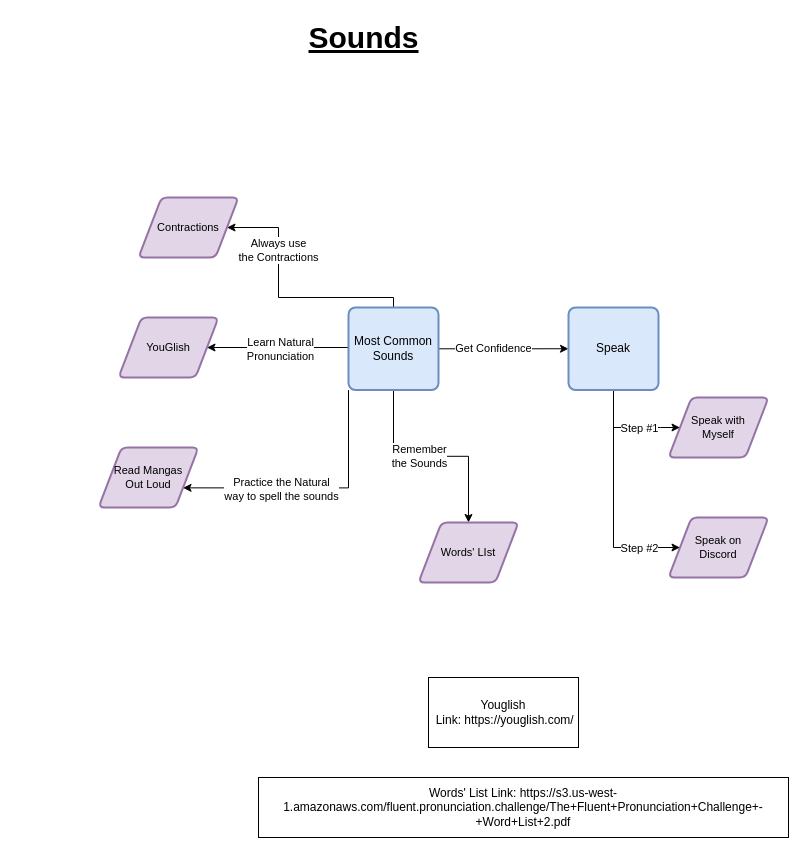
CSFelix/English-Studies keeps this draw.io diagram as Untitled Diagram.drawio. Above is the earlier version. Source tidied: cells renumbered, new cells numbered last; positions are measured from the earlier drawing's top-left corner, leaving out a move shared by most shapes. Both pictures are drawn from the tidied source at 100%, with x=0, y=0 at pixel (98, 17).
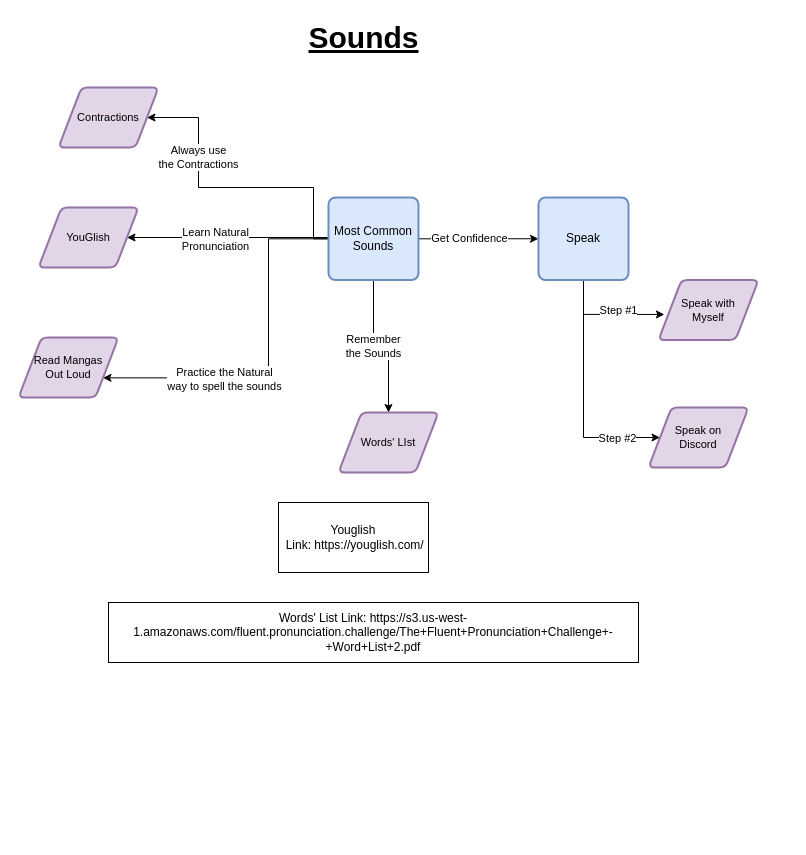
The same diagram, later.

Diff of the diagram source:
```diff
@@
     <mxCell id="3" style="edgeStyle=orthogonalEdgeStyle;rounded=0;jettySize=auto;html=1;entryX=1;entryY=0.5;entryDx=0;entryDy=0;" parent="1" edge="1" source="13" target="14">
       <mxGeometry relative="1" as="geometry">
         <Array as="points">
-          <mxPoint x="200" y="330" />
-          <mxPoint x="200" y="330" />
+          <mxPoint x="120" y="220" />
+          <mxPoint x="120" y="220" />
         </Array>
       </mxGeometry>
     </mxCell>
@@
     <mxCell id="5" style="edgeStyle=orthogonalEdgeStyle;rounded=0;jettySize=auto;html=1;entryX=1;entryY=0.75;entryDx=0;entryDy=0;" parent="1" edge="1" source="13" target="17">
       <mxGeometry relative="1" as="geometry">
         <Array as="points">
-          <mxPoint x="250" y="470" />
+          <mxPoint x="170" y="360" />
         </Array>
       </mxGeometry>
     </mxCell>
@@
     <mxCell id="7" style="edgeStyle=orthogonalEdgeStyle;rounded=0;jettySize=auto;html=1;entryX=1;entryY=0.5;entryDx=0;entryDy=0;" parent="1" edge="1" source="13" target="16">
       <mxGeometry relative="1" as="geometry">
         <Array as="points">
-          <mxPoint x="295" y="280" />
-          <mxPoint x="180" y="280" />
-          <mxPoint x="180" y="210" />
+          <mxPoint x="215" y="170" />
+          <mxPoint x="100" y="170" />
+          <mxPoint x="100" y="100" />
         </Array>
       </mxGeometry>
     </mxCell>
@@
     <mxCell id="13" value="Most Common Sounds" style="rounded=1;whiteSpace=wrap;html=1;absoluteArcSize=1;arcSize=14;strokeWidth=2;fillColor=#dae8fc;strokeColor=#6c8ebf;" parent="1" vertex="1">
-      <mxGeometry x="250" y="290" width="90" height="82.5" as="geometry" />
+      <mxGeometry x="230" y="180" width="90" height="82.5" as="geometry" />
     </mxCell>
     <mxCell id="14" value="YouGlish" style="shape=parallelogram;html=1;strokeWidth=2;perimeter=parallelogramPerimeter;whiteSpace=wrap;rounded=1;arcSize=12;size=0.23;shadow=0;glass=0;sketch=0;fillColor=#e1d5e7;fontSize=11;strokeColor=#9673a6;" parent="1" vertex="1">
-      <mxGeometry x="20" y="300" width="100" height="60" as="geometry" />
+      <mxGeometry x="-60" y="190" width="100" height="60" as="geometry" />
     </mxCell>
     <mxCell id="15" value="Words' LIst" style="shape=parallelogram;html=1;strokeWidth=2;perimeter=parallelogramPerimeter;whiteSpace=wrap;rounded=1;arcSize=12;size=0.23;shadow=0;glass=0;sketch=0;fillColor=#e1d5e7;fontSize=11;strokeColor=#9673a6;" parent="1" vertex="1">
-      <mxGeometry x="320" y="505" width="100" height="60" as="geometry" />
+      <mxGeometry x="240" y="395" width="100" height="60" as="geometry" />
     </mxCell>
     <mxCell id="16" value="Contractions" style="shape=parallelogram;html=1;strokeWidth=2;perimeter=parallelogramPerimeter;whiteSpace=wrap;rounded=1;arcSize=12;size=0.23;shadow=0;glass=0;sketch=0;fillColor=#e1d5e7;fontSize=11;strokeColor=#9673a6;" parent="1" vertex="1">
-      <mxGeometry x="40" y="180" width="100" height="60" as="geometry" />
+      <mxGeometry x="-40" y="70" width="100" height="60" as="geometry" />
     </mxCell>
     <mxCell id="17" value="Read Mangas&lt;br&gt;Out Loud" style="shape=parallelogram;html=1;strokeWidth=2;perimeter=parallelogramPerimeter;whiteSpace=wrap;rounded=1;arcSize=12;size=0.23;shadow=0;glass=0;sketch=0;fillColor=#e1d5e7;fontSize=11;strokeColor=#9673a6;" parent="1" vertex="1">
-      <mxGeometry y="430" width="100" height="60" as="geometry" />
+      <mxGeometry x="-80" y="320" width="100" height="60" as="geometry" />
     </mxCell>
     <mxCell id="18" value="Speak with&lt;br&gt;Myself" style="shape=parallelogram;html=1;strokeWidth=2;perimeter=parallelogramPerimeter;whiteSpace=wrap;rounded=1;arcSize=12;size=0.23;shadow=0;glass=0;sketch=0;fillColor=#e1d5e7;fontSize=11;strokeColor=#9673a6;" parent="1" vertex="1">
-      <mxGeometry x="570" y="380" width="100" height="60" as="geometry" />
+      <mxGeometry x="560" y="262.5" width="100" height="60" as="geometry" />
     </mxCell>
     <mxCell id="19" value="Speak on&lt;br&gt;Discord" style="shape=parallelogram;html=1;strokeWidth=2;perimeter=parallelogramPerimeter;whiteSpace=wrap;rounded=1;arcSize=12;size=0.23;shadow=0;glass=0;sketch=0;fillColor=#e1d5e7;fontSize=11;strokeColor=#9673a6;" parent="1" vertex="1">
-      <mxGeometry x="570" y="500" width="100" height="60" as="geometry" />
+      <mxGeometry x="550" y="390" width="100" height="60" as="geometry" />
     </mxCell>
     <mxCell id="20" style="edgeStyle=orthogonalEdgeStyle;rounded=0;jettySize=auto;html=1;entryX=0;entryY=0.5;entryDx=0;entryDy=0;" parent="1" edge="1" source="24" target="19">
       <mxGeometry relative="1" as="geometry">
         <Array as="points">
-          <mxPoint x="515" y="530" />
+          <mxPoint x="485" y="420" />
         </Array>
       </mxGeometry>
     </mxCell>
@@
-    <mxCell id="22" style="edgeStyle=orthogonalEdgeStyle;rounded=0;jettySize=auto;html=1;entryX=0;entryY=0.5;entryDx=0;entryDy=0;" parent="1" edge="1" source="24" target="18">
+    <mxCell id="22" style="edgeStyle=orthogonalEdgeStyle;rounded=0;jettySize=auto;html=1;entryX=0.059;entryY=0.574;entryDx=0;entryDy=0;entryPerimeter=0;" parent="1" edge="1" source="24" target="18">
       <mxGeometry relative="1" as="geometry">
         <Array as="points">
-          <mxPoint x="515" y="410" />
-          <mxPoint x="562" y="410" />
+          <mxPoint x="485" y="297" />
         </Array>
       </mxGeometry>
     </mxCell>
     <mxCell id="23" value="Step #1" style="edgeLabel;html=1;align=center;verticalAlign=middle;" parent="22" vertex="1">
-      <mxGeometry x="-0.02" relative="1" as="geometry">
-        <mxPoint x="12" as="offset" />
+      <mxGeometry x="0.01" y="-2" relative="1" as="geometry">
+        <mxPoint x="11" y="-6" as="offset" />
       </mxGeometry>
     </mxCell>
     <mxCell id="24" value="Speak" style="rounded=1;whiteSpace=wrap;html=1;absoluteArcSize=1;arcSize=14;strokeWidth=2;fillColor=#dae8fc;strokeColor=#6c8ebf;" parent="1" vertex="1">
-      <mxGeometry x="470" y="290" width="90" height="82.5" as="geometry" />
+      <mxGeometry x="440" y="180" width="90" height="82.5" as="geometry" />
     </mxCell>
     <mxCell id="25" value="Youglish&lt;br&gt;&amp;nbsp;Link:&amp;nbsp;https://youglish.com/" style="rounded=0;whiteSpace=wrap;html=1;" parent="1" vertex="1">
-      <mxGeometry x="330" y="660" width="150" height="70" as="geometry" />
+      <mxGeometry x="180" y="485" width="150" height="70" as="geometry" />
     </mxCell>
     <mxCell id="26" value="Words' List Link:&amp;nbsp;https://s3.us-west-1.amazonaws.com/fluent.pronunciation.challenge/The+Fluent+Pronunciation+Challenge+-+Word+List+2.pdf" style="rounded=0;whiteSpace=wrap;html=1;" parent="1" vertex="1">
-      <mxGeometry x="160" y="760" width="530" height="60" as="geometry" />
+      <mxGeometry x="10" y="585" width="530" height="60" as="geometry" />
     </mxCell>
```
